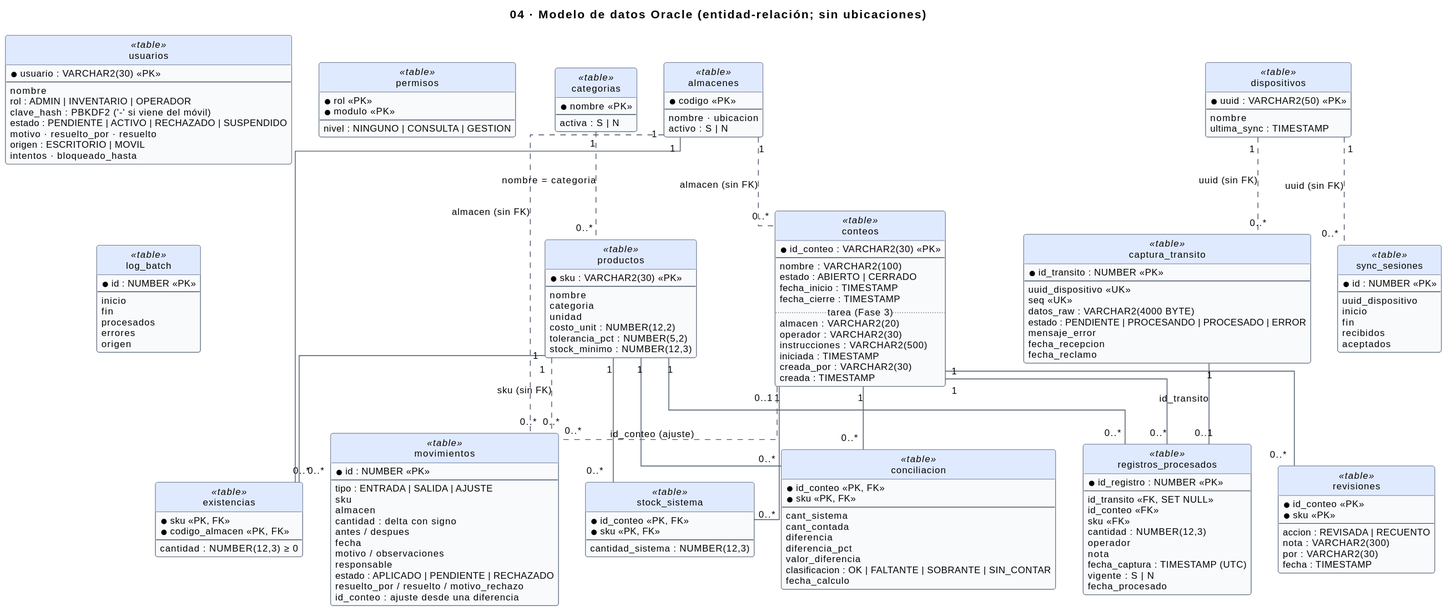
Before: docs/img/uml/04-modelo-datos.svg, a diagram exported from PlantUML (sebas-archive/kardex-bt).
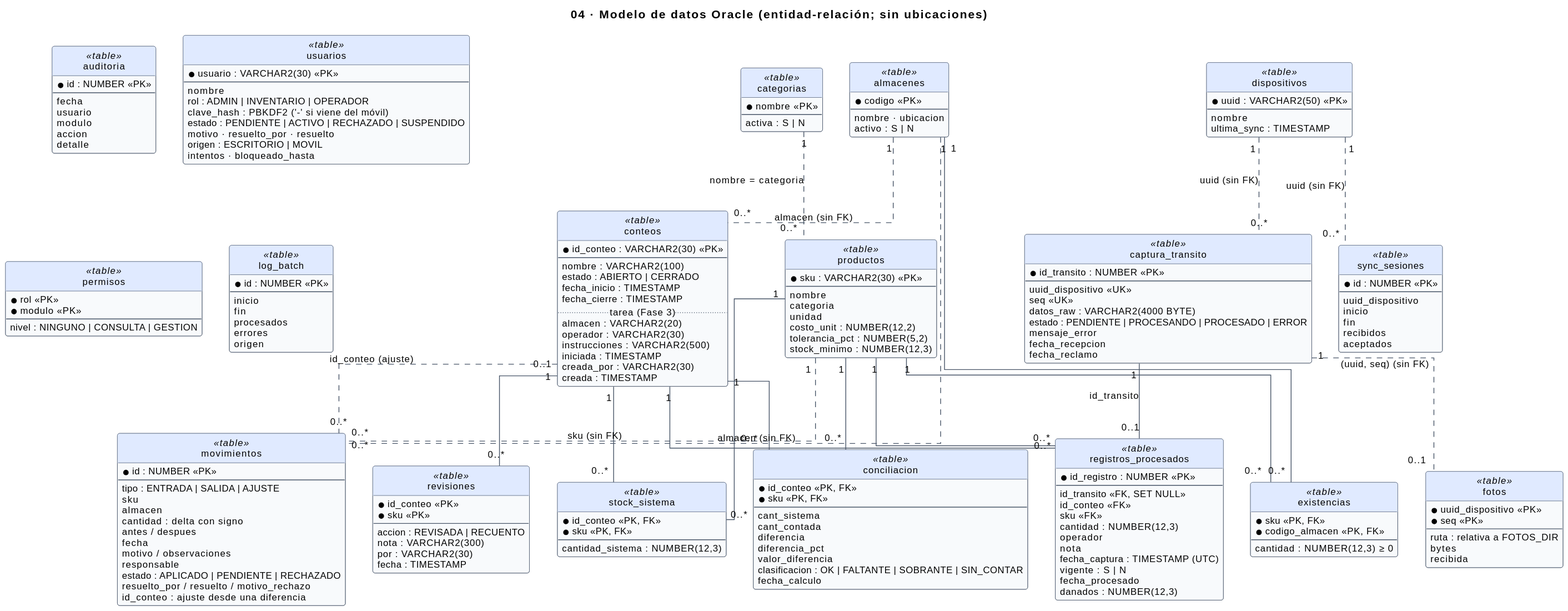
The same diagram one commit later.

What changed in the source:
```diff
@@ -33,6 +33,23 @@
   estado : APLICADO | PENDIENTE | RECHAZADO
   resuelto_por / resuelto / motivo_rechazo
   id_conteo : ajuste desde una diferencia
+}
+class fotos <<table>> {
+  * uuid_dispositivo <<PK>>
+  * seq <<PK>>
+  --
+  ruta : relativa a FOTOS_DIR
+  bytes
+  recibida
+}
+class auditoria <<table>> {
+  * id : NUMBER <<PK>>
+  --
+  fecha
+  usuario
+  modulo
+  accion
+  detalle
 }
 class revisiones <<table>> {
   * id_conteo <<PK>>
@@ -122,6 +139,7 @@
   fecha_captura : TIMESTAMP (UTC)
   vigente : S | N
   fecha_procesado
+  danados : NUMBER(12,3)
 }
 class conciliacion <<table>> {
   * id_conteo <<PK, FK>>
@@ -167,6 +185,7 @@
 almacenes "1" -- "0..*" existencias
 categorias "1" .. "0..*" productos : nombre = categoria
 conteos "1" -- "0..*" revisiones
+captura_transito "1" .. "0..1" fotos : (uuid, seq) (sin FK)
 productos "1" .. "0..*" movimientos : sku (sin FK)
 almacenes "1" .. "0..*" movimientos : almacen (sin FK)
 conteos "0..1" .. "0..*" movimientos : id_conteo (ajuste)
```
